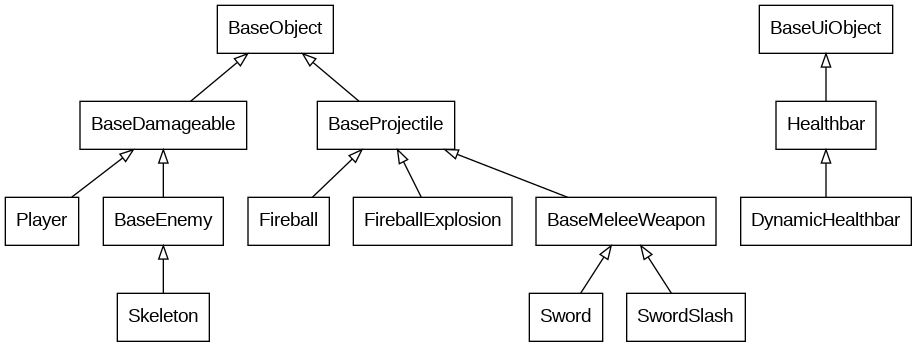
lachfoy/2dgameABANDONED keeps this Graphviz diagram as inheritance.gv.png. Above is the earlier version. Its source is kept beside it as inheritance.gv.
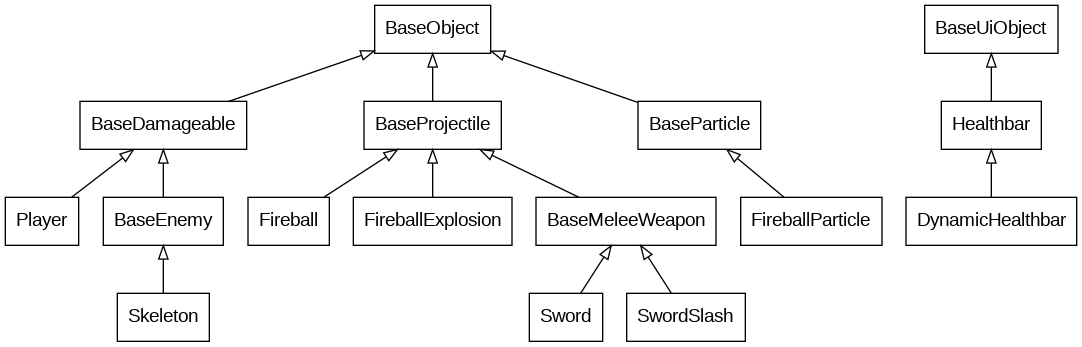
Later version of the same file.

Diff of the diagram source:
```diff
@@ -2,9 +2,10 @@
     node [shape=box fontname="Helvetica,Arial,sans-serif"]
     edge [dir=back arrowtail=empty]
 
-    BaseObject->{BaseDamageable, BaseProjectile}
+    BaseObject->{BaseDamageable, BaseProjectile, BaseParticle}
     BaseDamageable->{Player, BaseEnemy}
     BaseProjectile->{Fireball, FireballExplosion, BaseMeleeWeapon}
+    BaseParticle->FireballParticle
     BaseMeleeWeapon->{Sword, SwordSlash}
     BaseEnemy->Skeleton
 
```
